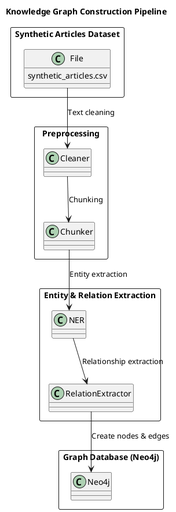
shubhra2/RAG_Comparision keeps this PlantUML diagram as docs/diagrams/data_flow.png. Above is the earlier version. Its diagram source:
```plantuml
@startuml
title Knowledge Graph Construction Pipeline

rectangle "Synthetic Articles Dataset" {
  File : synthetic_articles.csv
}

rectangle "Preprocessing" {
  File --> Cleaner : Text cleaning
  Cleaner --> Chunker : Chunking
}

rectangle "Entity & Relation Extraction" {
  Chunker --> NER : Entity extraction
  NER --> RelationExtractor : Relationship extraction
}

rectangle "Graph Database (Neo4j)" {
  RelationExtractor --> Neo4j : Create nodes & edges
}

@enduml
```
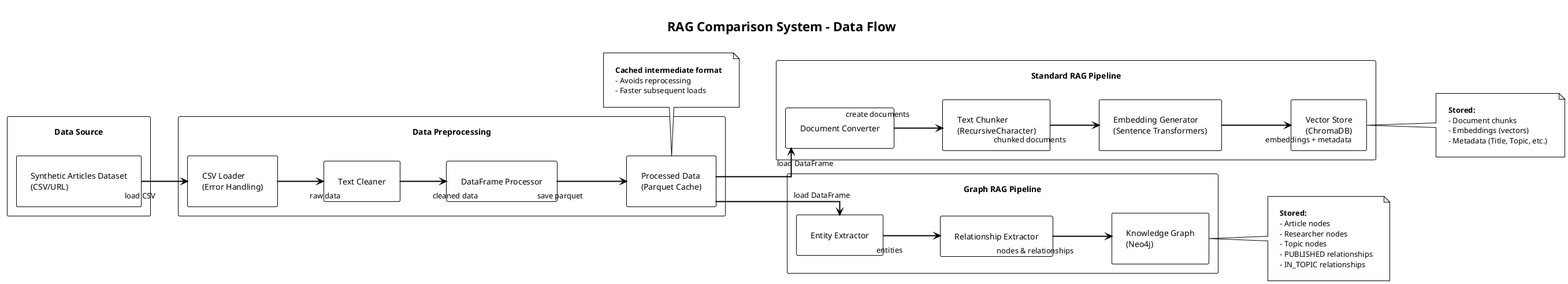
After the change.

Commit message:
Update data flow diagram to reflect recent changes in the RAG comparison project architecture.

Diff of the diagram source:
```diff
@@ -1,22 +1,75 @@
 @startuml
-title Knowledge Graph Construction Pipeline
+!theme plain
+skinparam componentStyle rectangle
+skinparam linetype ortho
+skinparam arrowThickness 2
+skinparam nodesep 40
+skinparam ranksep 80
+skinparam padding 15
 
-rectangle "Synthetic Articles Dataset" {
-  File : synthetic_articles.csv
+title RAG Comparison System - Data Flow
+
+left to right direction
+
+rectangle "Data Source" {
+  component [Synthetic Articles Dataset\n(CSV/URL)] as Dataset
 }
 
-rectangle "Preprocessing" {
-  File --> Cleaner : Text cleaning
-  Cleaner --> Chunker : Chunking
+rectangle "Data Preprocessing" {
+  component [CSV Loader\n(Error Handling)] as CSVLoader
+  component [Text Cleaner] as Cleaner
+  component [DataFrame Processor] as DFProcessor
+  database [Processed Data\n(Parquet Cache)] as ParquetCache
 }
 
-rectangle "Entity & Relation Extraction" {
-  Chunker --> NER : Entity extraction
-  NER --> RelationExtractor : Relationship extraction
+rectangle "Standard RAG Pipeline" {
+  component [Document Converter] as DocConverter
+  component [Text Chunker\n(RecursiveCharacter)] as Chunker
+  component [Embedding Generator\n(Sentence Transformers)] as Embedder
+  database [Vector Store\n(ChromaDB)] as ChromaDB
 }
 
-rectangle "Graph Database (Neo4j)" {
-  RelationExtractor --> Neo4j : Create nodes & edges
+rectangle "Graph RAG Pipeline" {
+  component [Entity Extractor] as EntityExtractor
+  component [Relationship Extractor] as RelExtractor
+  database [Knowledge Graph\n(Neo4j)] as Neo4j
 }
 
+Dataset --> CSVLoader : load CSV
+
+CSVLoader --> Cleaner : raw data
+Cleaner --> DFProcessor : cleaned data
+DFProcessor --> ParquetCache : save parquet
+
+ParquetCache --> DocConverter : load DataFrame
+DocConverter --> Chunker : create documents
+Chunker --> Embedder : chunked documents
+Embedder --> ChromaDB : embeddings + metadata
+
+ParquetCache --> EntityExtractor : load DataFrame
+EntityExtractor --> RelExtractor : entities
+RelExtractor --> Neo4j : nodes & relationships
+
+note right of ChromaDB
+  **Stored:**
+  - Document chunks
+  - Embeddings (vectors)
+  - Metadata (Title, Topic, etc.)
+end note
+
+note right of Neo4j
+  **Stored:**
+  - Article nodes
+  - Researcher nodes
+  - Topic nodes
+  - PUBLISHED relationships
+  - IN_TOPIC relationships
+end note
+
+note bottom of ParquetCache
+  **Cached intermediate format**
+  - Avoids reprocessing
+  - Faster subsequent loads
+end note
+
 @enduml
```
